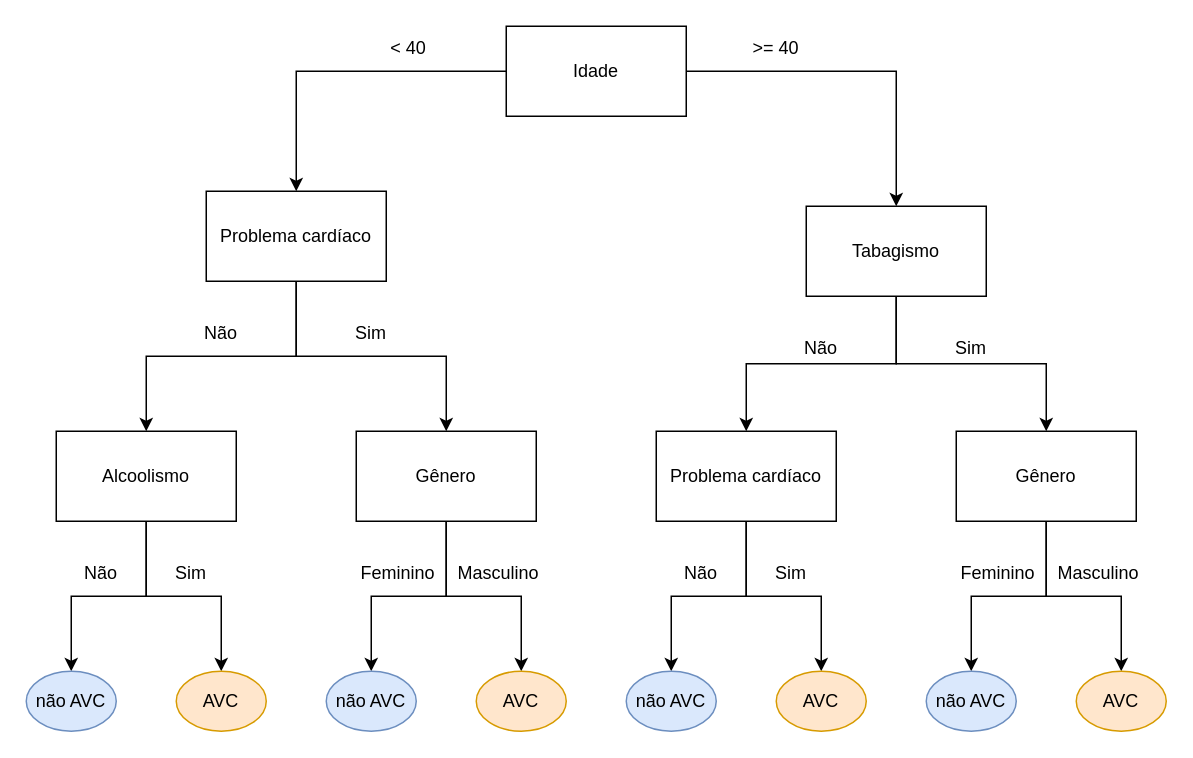
ViniPilan/avc-modeling keeps this draw.io diagram as avc-text/DecisionTree.drawio. Above is the earlier version. Source tidied: cells renumbered, new cells numbered last; positions are measured from the earlier drawing's top-left corner, leaving out a move shared by most shapes. Both pictures are drawn from the tidied source at 150%, with x=0, y=0 at pixel (26, 26).
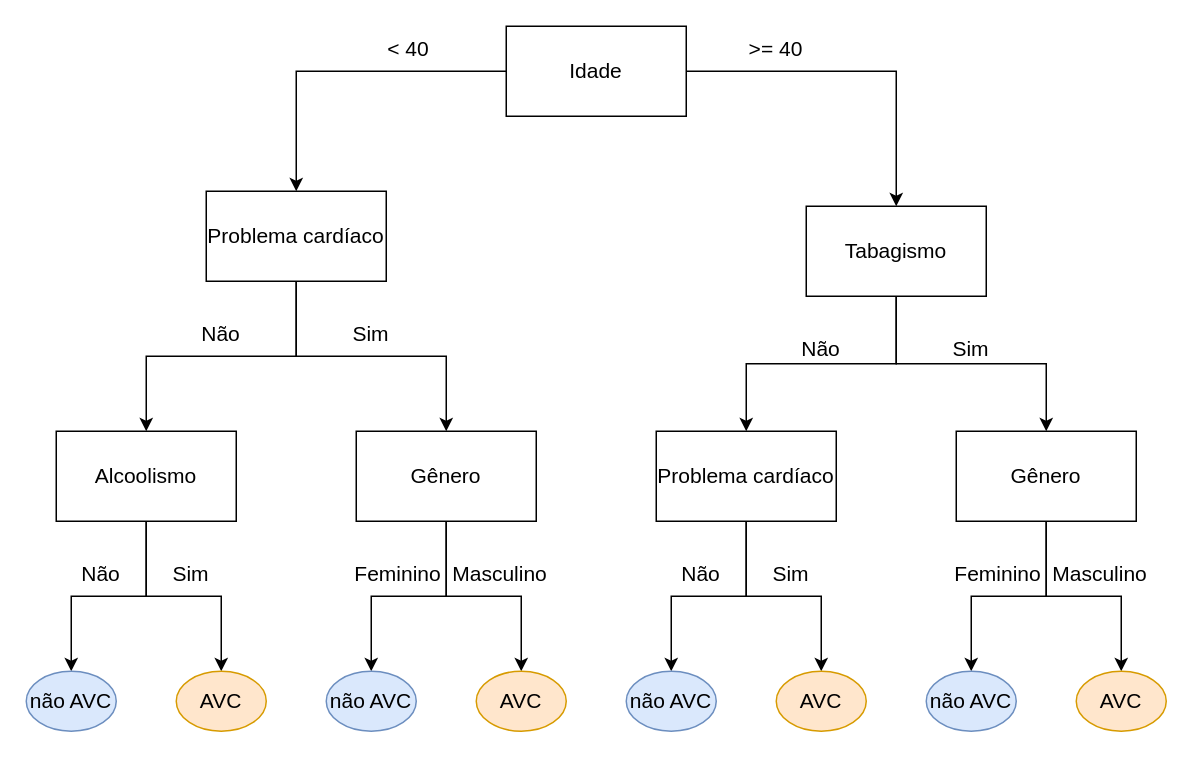
After the change.

Diff of the diagram source:
```diff
@@
-    <mxCell id="2" style="edgeStyle=orthogonalEdgeStyle;rounded=0;jettySize=auto;html=1;entryX=0.5;entryY=0;entryDx=0;entryDy=0;" parent="1" edge="1" source="4" target="16">
+    <mxCell id="2" style="edgeStyle=orthogonalEdgeStyle;rounded=0;jettySize=auto;html=1;entryX=0.5;entryY=0;entryDx=0;entryDy=0;fontSize=14;" parent="1" edge="1" source="4" target="16">
       <mxGeometry relative="1" as="geometry" />
     </mxCell>
-    <mxCell id="3" style="edgeStyle=orthogonalEdgeStyle;rounded=0;jettySize=auto;html=1;" parent="1" edge="1" source="4" target="10">
+    <mxCell id="3" style="edgeStyle=orthogonalEdgeStyle;rounded=0;jettySize=auto;html=1;fontSize=14;" parent="1" edge="1" source="4" target="10">
       <mxGeometry relative="1" as="geometry" />
     </mxCell>
-    <mxCell id="4" value="Tabagismo" style="rounded=0;whiteSpace=wrap;html=1;" parent="1" vertex="1">
+    <mxCell id="4" value="Tabagismo" style="rounded=0;whiteSpace=wrap;html=1;fontSize=14;" parent="1" vertex="1">
       <mxGeometry x="520" y="120" width="120" height="60" as="geometry" />
     </mxCell>
-    <mxCell id="5" style="edgeStyle=orthogonalEdgeStyle;rounded=0;jettySize=auto;html=1;entryX=0.5;entryY=0;entryDx=0;entryDy=0;" parent="1" edge="1" source="7" target="19">
+    <mxCell id="5" style="edgeStyle=orthogonalEdgeStyle;rounded=0;jettySize=auto;html=1;entryX=0.5;entryY=0;entryDx=0;entryDy=0;fontSize=14;" parent="1" edge="1" source="7" target="19">
       <mxGeometry relative="1" as="geometry" />
     </mxCell>
-    <mxCell id="6" style="edgeStyle=orthogonalEdgeStyle;rounded=0;jettySize=auto;html=1;entryX=0.5;entryY=0;entryDx=0;entryDy=0;" parent="1" edge="1" source="7" target="22">
+    <mxCell id="6" style="edgeStyle=orthogonalEdgeStyle;rounded=0;jettySize=auto;html=1;entryX=0.5;entryY=0;entryDx=0;entryDy=0;fontSize=14;" parent="1" edge="1" source="7" target="22">
       <mxGeometry relative="1" as="geometry" />
     </mxCell>
-    <mxCell id="7" value="Problema cardíaco" style="rounded=0;whiteSpace=wrap;html=1;" parent="1" vertex="1">
+    <mxCell id="7" value="Problema cardíaco" style="rounded=0;whiteSpace=wrap;html=1;fontSize=14;" parent="1" vertex="1">
       <mxGeometry x="120" y="110" width="120" height="60" as="geometry" />
     </mxCell>
-    <mxCell id="8" style="edgeStyle=orthogonalEdgeStyle;rounded=0;jettySize=auto;html=1;" parent="1" edge="1" source="10" target="35">
+    <mxCell id="8" style="edgeStyle=orthogonalEdgeStyle;rounded=0;jettySize=auto;html=1;fontSize=14;" parent="1" edge="1" source="10" target="35">
       <mxGeometry relative="1" as="geometry" />
     </mxCell>
-    <mxCell id="9" style="edgeStyle=orthogonalEdgeStyle;rounded=0;jettySize=auto;html=1;entryX=0.5;entryY=0;entryDx=0;entryDy=0;" parent="1" edge="1" source="10" target="36">
+    <mxCell id="9" style="edgeStyle=orthogonalEdgeStyle;rounded=0;jettySize=auto;html=1;entryX=0.5;entryY=0;entryDx=0;entryDy=0;fontSize=14;" parent="1" edge="1" source="10" target="36">
       <mxGeometry relative="1" as="geometry" />
     </mxCell>
-    <mxCell id="10" value="Gênero" style="rounded=0;whiteSpace=wrap;html=1;" parent="1" vertex="1">
+    <mxCell id="10" value="Gênero" style="rounded=0;whiteSpace=wrap;html=1;fontSize=14;" parent="1" vertex="1">
       <mxGeometry x="620" y="270" width="120" height="60" as="geometry" />
     </mxCell>
-    <mxCell id="11" style="edgeStyle=orthogonalEdgeStyle;rounded=0;jettySize=auto;html=1;" parent="1" edge="1" source="13" target="7">
+    <mxCell id="11" style="edgeStyle=orthogonalEdgeStyle;rounded=0;jettySize=auto;html=1;fontSize=14;" parent="1" edge="1" source="13" target="7">
       <mxGeometry relative="1" as="geometry" />
     </mxCell>
-    <mxCell id="12" style="edgeStyle=orthogonalEdgeStyle;rounded=0;jettySize=auto;html=1;" parent="1" edge="1" source="13" target="4">
+    <mxCell id="12" style="edgeStyle=orthogonalEdgeStyle;rounded=0;jettySize=auto;html=1;fontSize=14;" parent="1" edge="1" source="13" target="4">
       <mxGeometry relative="1" as="geometry" />
     </mxCell>
-    <mxCell id="13" value="Idade" style="rounded=0;whiteSpace=wrap;html=1;" parent="1" vertex="1">
+    <mxCell id="13" value="Idade" style="rounded=0;whiteSpace=wrap;html=1;fontSize=14;" parent="1" vertex="1">
       <mxGeometry x="320" width="120" height="60" as="geometry" />
     </mxCell>
-    <mxCell id="14" style="edgeStyle=orthogonalEdgeStyle;rounded=0;jettySize=auto;html=1;" parent="1" edge="1" source="16" target="33">
+    <mxCell id="14" style="edgeStyle=orthogonalEdgeStyle;rounded=0;jettySize=auto;html=1;fontSize=14;" parent="1" edge="1" source="16" target="33">
       <mxGeometry relative="1" as="geometry" />
     </mxCell>
-    <mxCell id="15" style="edgeStyle=orthogonalEdgeStyle;rounded=0;jettySize=auto;html=1;entryX=0.5;entryY=0;entryDx=0;entryDy=0;" parent="1" edge="1" source="16" target="34">
+    <mxCell id="15" style="edgeStyle=orthogonalEdgeStyle;rounded=0;jettySize=auto;html=1;entryX=0.5;entryY=0;entryDx=0;entryDy=0;fontSize=14;" parent="1" edge="1" source="16" target="34">
       <mxGeometry relative="1" as="geometry" />
     </mxCell>
-    <mxCell id="16" value="Problema cardíaco" style="rounded=0;whiteSpace=wrap;html=1;" parent="1" vertex="1">
+    <mxCell id="16" value="Problema cardíaco" style="rounded=0;whiteSpace=wrap;html=1;fontSize=14;" parent="1" vertex="1">
       <mxGeometry x="420" y="270" width="120" height="60" as="geometry" />
     </mxCell>
-    <mxCell id="17" style="edgeStyle=orthogonalEdgeStyle;rounded=0;jettySize=auto;html=1;entryX=0.5;entryY=0;entryDx=0;entryDy=0;" parent="1" edge="1" source="19" target="29">
+    <mxCell id="17" style="edgeStyle=orthogonalEdgeStyle;rounded=0;jettySize=auto;html=1;entryX=0.5;entryY=0;entryDx=0;entryDy=0;fontSize=14;" parent="1" edge="1" source="19" target="29">
       <mxGeometry relative="1" as="geometry" />
     </mxCell>
-    <mxCell id="18" style="edgeStyle=orthogonalEdgeStyle;rounded=0;jettySize=auto;html=1;" parent="1" edge="1" source="19" target="30">
+    <mxCell id="18" style="edgeStyle=orthogonalEdgeStyle;rounded=0;jettySize=auto;html=1;fontSize=14;" parent="1" edge="1" source="19" target="30">
       <mxGeometry relative="1" as="geometry" />
     </mxCell>
-    <mxCell id="19" value="Alcoolismo" style="rounded=0;whiteSpace=wrap;html=1;" parent="1" vertex="1">
+    <mxCell id="19" value="Alcoolismo" style="rounded=0;whiteSpace=wrap;html=1;fontSize=14;" parent="1" vertex="1">
       <mxGeometry x="20" y="270" width="120" height="60" as="geometry" />
     </mxCell>
-    <mxCell id="20" style="edgeStyle=orthogonalEdgeStyle;rounded=0;jettySize=auto;html=1;entryX=0.5;entryY=0;entryDx=0;entryDy=0;" parent="1" edge="1" source="22" target="31">
+    <mxCell id="20" style="edgeStyle=orthogonalEdgeStyle;rounded=0;jettySize=auto;html=1;entryX=0.5;entryY=0;entryDx=0;entryDy=0;fontSize=14;" parent="1" edge="1" source="22" target="31">
       <mxGeometry relative="1" as="geometry" />
     </mxCell>
-    <mxCell id="21" style="edgeStyle=orthogonalEdgeStyle;rounded=0;jettySize=auto;html=1;entryX=0.5;entryY=0;entryDx=0;entryDy=0;" parent="1" edge="1" source="22" target="32">
+    <mxCell id="21" style="edgeStyle=orthogonalEdgeStyle;rounded=0;jettySize=auto;html=1;entryX=0.5;entryY=0;entryDx=0;entryDy=0;fontSize=14;" parent="1" edge="1" source="22" target="32">
       <mxGeometry relative="1" as="geometry" />
     </mxCell>
-    <mxCell id="22" value="Gênero" style="rounded=0;whiteSpace=wrap;html=1;" parent="1" vertex="1">
+    <mxCell id="22" value="Gênero" style="rounded=0;whiteSpace=wrap;html=1;fontSize=14;" parent="1" vertex="1">
       <mxGeometry x="220" y="270" width="120" height="60" as="geometry" />
     </mxCell>
-    <mxCell id="23" value="&amp;lt; 40" style="text;html=1;strokeColor=none;fillColor=none;align=center;verticalAlign=middle;whiteSpace=wrap;rounded=0;" parent="1" vertex="1">
+    <mxCell id="23" value="&amp;lt; 40" style="text;html=1;strokeColor=none;fillColor=none;align=center;verticalAlign=middle;whiteSpace=wrap;rounded=0;fontSize=14;" parent="1" vertex="1">
       <mxGeometry x="225" width="60" height="30" as="geometry" />
     </mxCell>
-    <mxCell id="24" value="&amp;gt;= 40" style="text;html=1;strokeColor=none;fillColor=none;align=center;verticalAlign=middle;whiteSpace=wrap;rounded=0;" parent="1" vertex="1">
+    <mxCell id="24" value="&amp;gt;= 40" style="text;html=1;strokeColor=none;fillColor=none;align=center;verticalAlign=middle;whiteSpace=wrap;rounded=0;fontSize=14;" parent="1" vertex="1">
       <mxGeometry x="470" width="60" height="30" as="geometry" />
     </mxCell>
-    <mxCell id="25" value="Não" style="text;html=1;strokeColor=none;fillColor=none;align=center;verticalAlign=middle;whiteSpace=wrap;rounded=0;" parent="1" vertex="1">
+    <mxCell id="25" value="Não" style="text;html=1;strokeColor=none;fillColor=none;align=center;verticalAlign=middle;whiteSpace=wrap;rounded=0;fontSize=14;" parent="1" vertex="1">
       <mxGeometry x="100" y="190" width="60" height="30" as="geometry" />
     </mxCell>
-    <mxCell id="26" value="Sim" style="text;html=1;strokeColor=none;fillColor=none;align=center;verticalAlign=middle;whiteSpace=wrap;rounded=0;" parent="1" vertex="1">
+    <mxCell id="26" value="Sim" style="text;html=1;strokeColor=none;fillColor=none;align=center;verticalAlign=middle;whiteSpace=wrap;rounded=0;fontSize=14;" parent="1" vertex="1">
       <mxGeometry x="200" y="190" width="60" height="30" as="geometry" />
     </mxCell>
-    <mxCell id="27" value="Sim" style="text;html=1;strokeColor=none;fillColor=none;align=center;verticalAlign=middle;whiteSpace=wrap;rounded=0;" parent="1" vertex="1">
+    <mxCell id="27" value="Sim" style="text;html=1;strokeColor=none;fillColor=none;align=center;verticalAlign=middle;whiteSpace=wrap;rounded=0;fontSize=14;" parent="1" vertex="1">
       <mxGeometry x="600" y="200" width="60" height="30" as="geometry" />
     </mxCell>
-    <mxCell id="28" value="Não" style="text;html=1;strokeColor=none;fillColor=none;align=center;verticalAlign=middle;whiteSpace=wrap;rounded=0;" parent="1" vertex="1">
+    <mxCell id="28" value="Não" style="text;html=1;strokeColor=none;fillColor=none;align=center;verticalAlign=middle;whiteSpace=wrap;rounded=0;fontSize=14;" parent="1" vertex="1">
       <mxGeometry x="500" y="200" width="60" height="30" as="geometry" />
     </mxCell>
-    <mxCell id="29" value="não AVC" style="ellipse;whiteSpace=wrap;html=1;fillColor=#dae8fc;strokeColor=#6c8ebf;" parent="1" vertex="1">
+    <mxCell id="29" value="não AVC" style="ellipse;whiteSpace=wrap;html=1;fillColor=#dae8fc;strokeColor=#6c8ebf;fontSize=14;" parent="1" vertex="1">
       <mxGeometry y="430" width="60" height="40" as="geometry" />
     </mxCell>
-    <mxCell id="30" value="AVC" style="ellipse;whiteSpace=wrap;html=1;fillColor=#ffe6cc;strokeColor=#d79b00;" parent="1" vertex="1">
+    <mxCell id="30" value="AVC" style="ellipse;whiteSpace=wrap;html=1;fillColor=#ffe6cc;strokeColor=#d79b00;fontSize=14;" parent="1" vertex="1">
       <mxGeometry x="100" y="430" width="60" height="40" as="geometry" />
     </mxCell>
-    <mxCell id="31" value="não AVC" style="ellipse;whiteSpace=wrap;html=1;fillColor=#dae8fc;strokeColor=#6c8ebf;" parent="1" vertex="1">
+    <mxCell id="31" value="não AVC" style="ellipse;whiteSpace=wrap;html=1;fillColor=#dae8fc;strokeColor=#6c8ebf;fontSize=14;" parent="1" vertex="1">
       <mxGeometry x="200" y="430" width="60" height="40" as="geometry" />
     </mxCell>
-    <mxCell id="32" value="AVC" style="ellipse;whiteSpace=wrap;html=1;fillColor=#ffe6cc;strokeColor=#d79b00;" parent="1" vertex="1">
+    <mxCell id="32" value="AVC" style="ellipse;whiteSpace=wrap;html=1;fillColor=#ffe6cc;strokeColor=#d79b00;fontSize=14;" parent="1" vertex="1">
       <mxGeometry x="300" y="430" width="60" height="40" as="geometry" />
     </mxCell>
-    <mxCell id="33" value="não AVC" style="ellipse;whiteSpace=wrap;html=1;fillColor=#dae8fc;strokeColor=#6c8ebf;" parent="1" vertex="1">
+    <mxCell id="33" value="não AVC" style="ellipse;whiteSpace=wrap;html=1;fillColor=#dae8fc;strokeColor=#6c8ebf;fontSize=14;" parent="1" vertex="1">
       <mxGeometry x="400" y="430" width="60" height="40" as="geometry" />
     </mxCell>
-    <mxCell id="34" value="AVC" style="ellipse;whiteSpace=wrap;html=1;fillColor=#ffe6cc;strokeColor=#d79b00;" parent="1" vertex="1">
+    <mxCell id="34" value="AVC" style="ellipse;whiteSpace=wrap;html=1;fillColor=#ffe6cc;strokeColor=#d79b00;fontSize=14;" parent="1" vertex="1">
       <mxGeometry x="500" y="430" width="60" height="40" as="geometry" />
     </mxCell>
-    <mxCell id="35" value="não AVC" style="ellipse;whiteSpace=wrap;html=1;fillColor=#dae8fc;strokeColor=#6c8ebf;" parent="1" vertex="1">
+    <mxCell id="35" value="não AVC" style="ellipse;whiteSpace=wrap;html=1;fillColor=#dae8fc;strokeColor=#6c8ebf;fontSize=14;" parent="1" vertex="1">
       <mxGeometry x="600" y="430" width="60" height="40" as="geometry" />
     </mxCell>
-    <mxCell id="36" value="AVC" style="ellipse;whiteSpace=wrap;html=1;fillColor=#ffe6cc;strokeColor=#d79b00;" parent="1" vertex="1">
+    <mxCell id="36" value="AVC" style="ellipse;whiteSpace=wrap;html=1;fillColor=#ffe6cc;strokeColor=#d79b00;fontSize=14;" parent="1" vertex="1">
       <mxGeometry x="700" y="430" width="60" height="40" as="geometry" />
     </mxCell>
-    <mxCell id="37" value="Não" style="text;html=1;strokeColor=none;fillColor=none;align=center;verticalAlign=middle;whiteSpace=wrap;rounded=0;" parent="1" vertex="1">
+    <mxCell id="37" value="Não" style="text;html=1;strokeColor=none;fillColor=none;align=center;verticalAlign=middle;whiteSpace=wrap;rounded=0;fontSize=14;" parent="1" vertex="1">
       <mxGeometry x="20" y="350" width="60" height="30" as="geometry" />
     </mxCell>
-    <mxCell id="38" value="Sim" style="text;html=1;strokeColor=none;fillColor=none;align=center;verticalAlign=middle;whiteSpace=wrap;rounded=0;" parent="1" vertex="1">
+    <mxCell id="38" value="Sim" style="text;html=1;strokeColor=none;fillColor=none;align=center;verticalAlign=middle;whiteSpace=wrap;rounded=0;fontSize=14;" parent="1" vertex="1">
       <mxGeometry x="80" y="350" width="60" height="30" as="geometry" />
     </mxCell>
-    <mxCell id="39" value="Feminino" style="text;html=1;strokeColor=none;fillColor=none;align=center;verticalAlign=middle;whiteSpace=wrap;rounded=0;" parent="1" vertex="1">
+    <mxCell id="39" value="Feminino" style="text;html=1;strokeColor=none;fillColor=none;align=center;verticalAlign=middle;whiteSpace=wrap;rounded=0;fontSize=14;" parent="1" vertex="1">
       <mxGeometry x="218" y="350" width="60" height="30" as="geometry" />
     </mxCell>
-    <mxCell id="40" value="Masculino" style="text;html=1;strokeColor=none;fillColor=none;align=center;verticalAlign=middle;whiteSpace=wrap;rounded=0;" parent="1" vertex="1">
-      <mxGeometry x="285" y="350" width="60" height="30" as="geometry" />
+    <mxCell id="40" value="Masculino" style="text;html=1;strokeColor=none;fillColor=none;align=center;verticalAlign=middle;whiteSpace=wrap;rounded=0;fontSize=14;" parent="1" vertex="1">
+      <mxGeometry x="286" y="350" width="60" height="30" as="geometry" />
     </mxCell>
-    <mxCell id="41" value="Não" style="text;html=1;strokeColor=none;fillColor=none;align=center;verticalAlign=middle;whiteSpace=wrap;rounded=0;" parent="1" vertex="1">
+    <mxCell id="41" value="Não" style="text;html=1;strokeColor=none;fillColor=none;align=center;verticalAlign=middle;whiteSpace=wrap;rounded=0;fontSize=14;" parent="1" vertex="1">
       <mxGeometry x="420" y="350" width="60" height="30" as="geometry" />
     </mxCell>
-    <mxCell id="42" value="Sim" style="text;html=1;strokeColor=none;fillColor=none;align=center;verticalAlign=middle;whiteSpace=wrap;rounded=0;" parent="1" vertex="1">
+    <mxCell id="42" value="Sim" style="text;html=1;strokeColor=none;fillColor=none;align=center;verticalAlign=middle;whiteSpace=wrap;rounded=0;fontSize=14;" parent="1" vertex="1">
       <mxGeometry x="480" y="350" width="60" height="30" as="geometry" />
     </mxCell>
-    <mxCell id="43" value="Feminino" style="text;html=1;strokeColor=none;fillColor=none;align=center;verticalAlign=middle;whiteSpace=wrap;rounded=0;" parent="1" vertex="1">
+    <mxCell id="43" value="Feminino" style="text;html=1;strokeColor=none;fillColor=none;align=center;verticalAlign=middle;whiteSpace=wrap;rounded=0;fontSize=14;" parent="1" vertex="1">
       <mxGeometry x="618" y="350" width="60" height="30" as="geometry" />
     </mxCell>
-    <mxCell id="44" value="Masculino" style="text;html=1;strokeColor=none;fillColor=none;align=center;verticalAlign=middle;whiteSpace=wrap;rounded=0;" parent="1" vertex="1">
-      <mxGeometry x="685" y="350" width="60" height="30" as="geometry" />
+    <mxCell id="44" value="Masculino" style="text;html=1;strokeColor=none;fillColor=none;align=center;verticalAlign=middle;whiteSpace=wrap;rounded=0;fontSize=14;" parent="1" vertex="1">
+      <mxGeometry x="686" y="350" width="60" height="30" as="geometry" />
     </mxCell>
```
